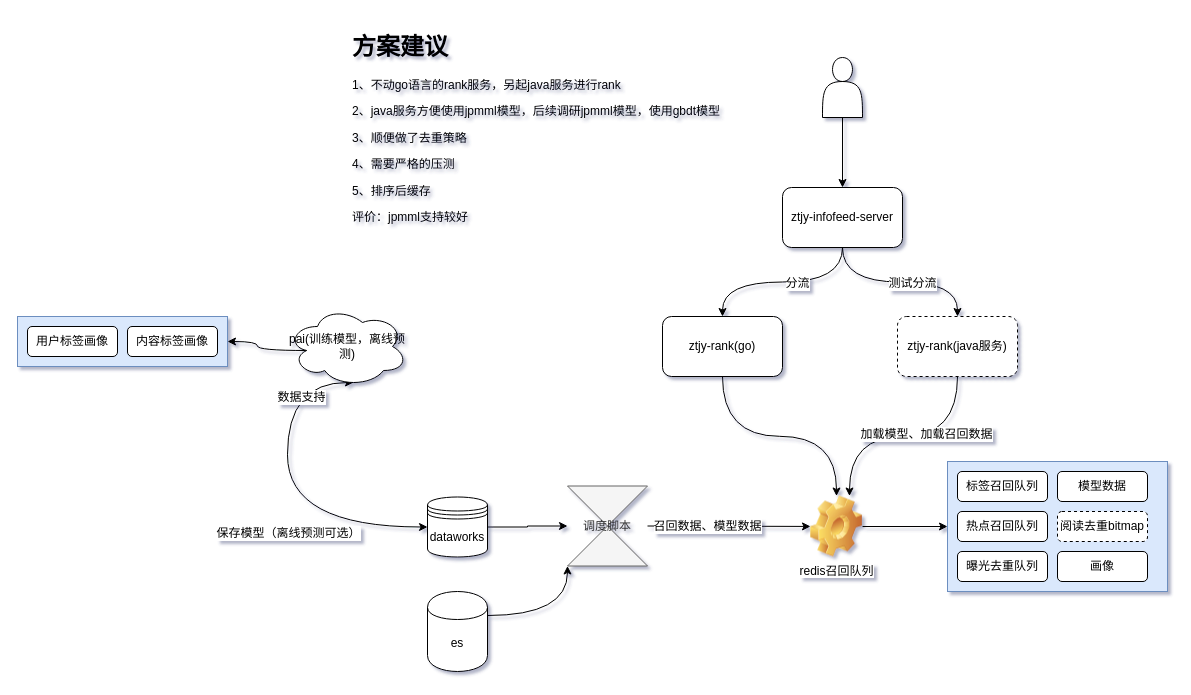
Earlier version of the draw.io diagram 掌通家园-推荐系统流程图.drawio (wangjie5540/drawio). Source tidied: cells renumbered, new cells numbered last; positions are measured from the earlier drawing's top-left corner, leaving out a move shared by most shapes. Both pictures are drawn from the tidied source at 100%, with x=0, y=0 at pixel (17, 27).
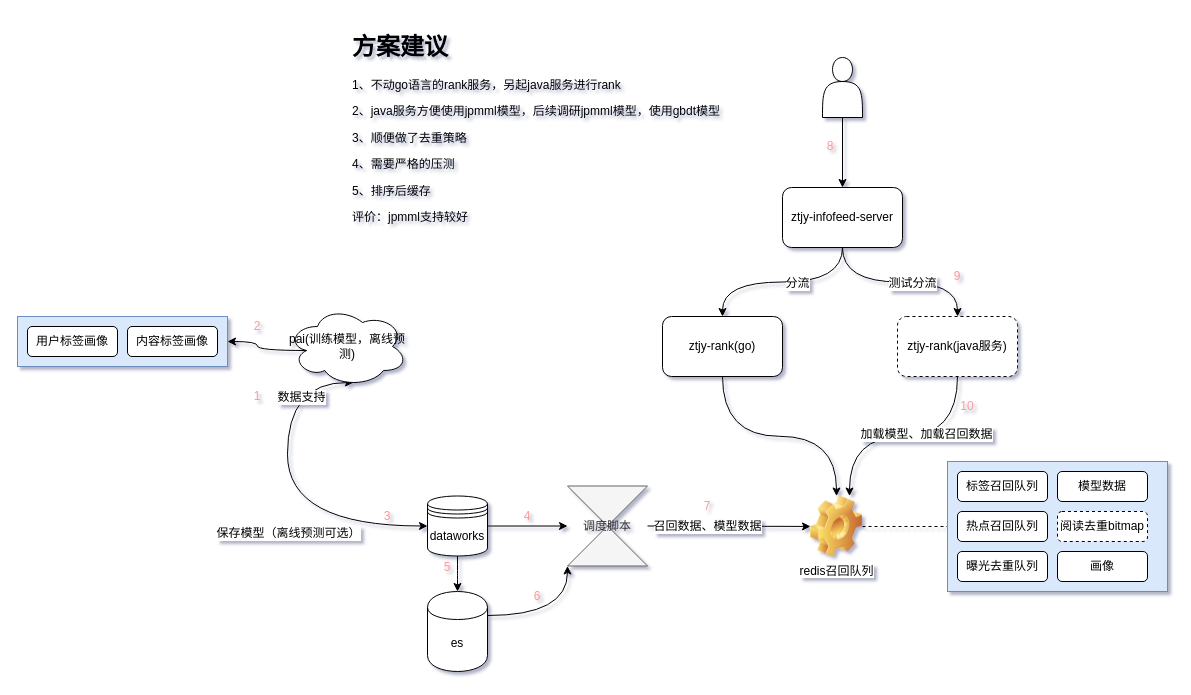
The same page after the edit.

Commit message:
更新掌通家园-推荐系统流程图.drawio

Unchanged cells that the change refers to:
```xml
<mxCell id="18" value="redis召回队列" style="shape=image;html=1;verticalLabelPosition=bottom;labelBackgroundColor=#ffffff;verticalAlign=top;imageAspect=1;image=img/clipart/Gear_128x128.png;rounded=1;" parent="1" vertex="1">
  <mxGeometry x="793" y="468.5" width="52" height="61" as="geometry" />
</mxCell>
<mxCell id="29" style="rounded=0;whiteSpace=wrap;html=1;shadow=0;strokeColor=#6c8ebf;fillColor=#dae8fc;" parent="28" vertex="1">
  <mxGeometry width="220" height="130" as="geometry" />
</mxCell>
<mxCell id="39" value="es" style="shape=cylinder;whiteSpace=wrap;html=1;boundedLbl=1;backgroundOutline=1;" parent="1" vertex="1">
  <mxGeometry x="410" y="564" width="60" height="80" as="geometry" />
</mxCell>
```

The edit, as a diff of the source:
```diff
@@
+    <mxCell id="40" style="edgeStyle=orthogonalEdgeStyle;curved=1;rounded=0;jettySize=auto;html=1;fontColor=#FF9999;" parent="1" edge="1" source="4" target="39">
+      <mxGeometry relative="1" as="geometry" />
+    </mxCell>
     <mxCell id="4" value="dataworks" style="shape=datastore;whiteSpace=wrap;html=1;" parent="1" vertex="1">
-      <mxGeometry x="410" y="469.5" width="60" height="60" as="geometry" />
+      <mxGeometry x="410" y="468.5" width="60" height="60" as="geometry" />
     </mxCell>
@@
-    <mxCell id="17" style="edgeStyle=none;rounded=0;jettySize=auto;html=1;exitX=1;exitY=0.5;exitDx=0;exitDy=0;entryX=0;entryY=0.5;entryDx=0;entryDy=0;fontColor=#000000;" parent="1" edge="1" source="18" target="29">
+    <mxCell id="17" style="edgeStyle=none;rounded=0;jettySize=auto;html=1;exitX=1;exitY=0.5;exitDx=0;exitDy=0;entryX=0;entryY=0.5;entryDx=0;entryDy=0;fontColor=#000000;endArrow=none;endFill=0;dashed=1;" parent="1" edge="1" source="18" target="29">
       <mxGeometry relative="1" as="geometry" />
     </mxCell>
@@
+    <mxCell id="41" value="1" style="text;html=1;align=center;verticalAlign=middle;whiteSpace=wrap;rounded=0;fontColor=#FF9999;" parent="1" vertex="1">
+      <mxGeometry x="220" y="359" width="40" height="20" as="geometry" />
+    </mxCell>
+    <mxCell id="42" value="2" style="text;html=1;align=center;verticalAlign=middle;whiteSpace=wrap;rounded=0;fontColor=#FF9999;" parent="1" vertex="1">
+      <mxGeometry x="220" y="289" width="40" height="20" as="geometry" />
+    </mxCell>
+    <mxCell id="43" value="3" style="text;html=1;align=center;verticalAlign=middle;whiteSpace=wrap;rounded=0;fontColor=#FF9999;" parent="1" vertex="1">
+      <mxGeometry x="350" y="479" width="40" height="20" as="geometry" />
+    </mxCell>
+    <mxCell id="44" value="4" style="text;html=1;align=center;verticalAlign=middle;whiteSpace=wrap;rounded=0;fontColor=#FF9999;" parent="1" vertex="1">
+      <mxGeometry x="490" y="479" width="40" height="20" as="geometry" />
+    </mxCell>
+    <mxCell id="45" value="5" style="text;html=1;align=center;verticalAlign=middle;whiteSpace=wrap;rounded=0;fontColor=#FF9999;" parent="1" vertex="1">
+      <mxGeometry x="410" y="529.5" width="40" height="20" as="geometry" />
+    </mxCell>
+    <mxCell id="46" value="6" style="text;html=1;align=center;verticalAlign=middle;whiteSpace=wrap;rounded=0;fontColor=#FF9999;" parent="1" vertex="1">
+      <mxGeometry x="500" y="559" width="40" height="20" as="geometry" />
+    </mxCell>
+    <mxCell id="47" value="7" style="text;html=1;align=center;verticalAlign=middle;whiteSpace=wrap;rounded=0;fontColor=#FF9999;" parent="1" vertex="1">
+      <mxGeometry x="670" y="468.5" width="40" height="20" as="geometry" />
+    </mxCell>
+    <mxCell id="48" value="8" style="text;html=1;align=center;verticalAlign=middle;whiteSpace=wrap;rounded=0;fontColor=#FF9999;" parent="1" vertex="1">
+      <mxGeometry x="793" y="109" width="40" height="20" as="geometry" />
+    </mxCell>
+    <mxCell id="49" value="9" style="text;html=1;align=center;verticalAlign=middle;whiteSpace=wrap;rounded=0;fontColor=#FF9999;" parent="1" vertex="1">
+      <mxGeometry x="920" y="239" width="40" height="20" as="geometry" />
+    </mxCell>
+    <mxCell id="50" value="10" style="text;html=1;align=center;verticalAlign=middle;whiteSpace=wrap;rounded=0;fontColor=#FF9999;" parent="1" vertex="1">
+      <mxGeometry x="930" y="369" width="40" height="20" as="geometry" />
+    </mxCell>
```
